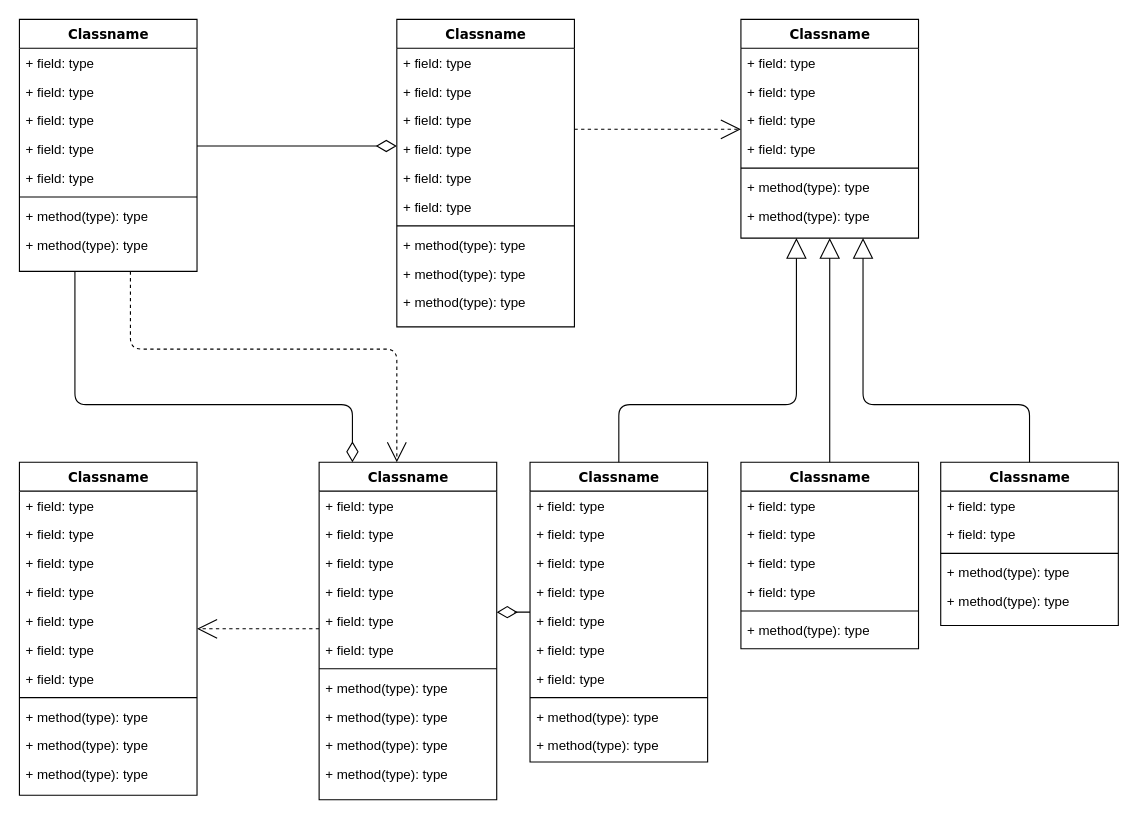
Before: sampleData.drawio in McAaronY/my_talent, a draw.io diagram. Source tidied: cells renumbered, new cells numbered last; positions are measured from the earlier drawing's top-left corner, leaving out a move shared by most shapes. Both pictures are drawn from the tidied source at 111%, with x=0, y=0 at pixel (19, 19).
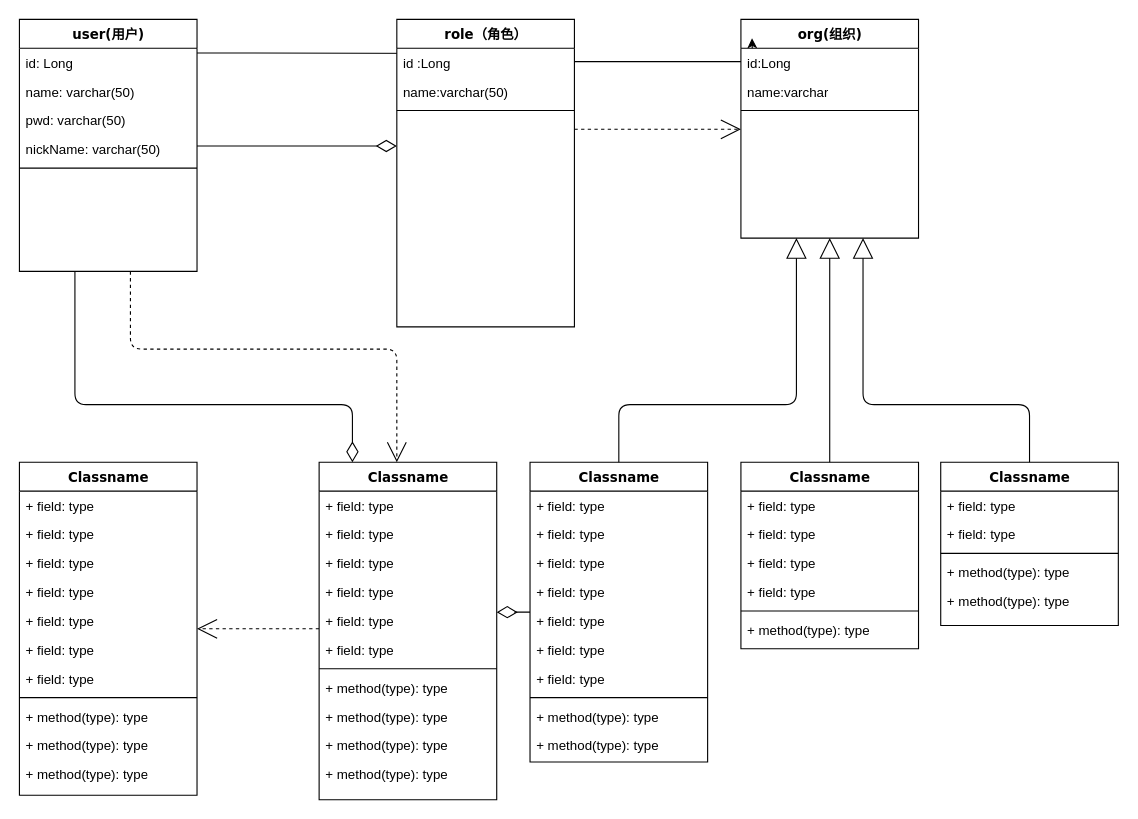
After the change.

The edit, as a diff of the source:
```diff
@@
+    <mxCell id="87" style="edgeStyle=orthogonalEdgeStyle;rounded=0;orthogonalLoop=1;jettySize=auto;html=1;exitX=1;exitY=0.75;exitDx=0;exitDy=0;" parent="1" edge="1">
+      <mxGeometry relative="1" as="geometry">
+        <mxPoint x="160" y="30.2" as="sourcePoint" />
+        <mxPoint x="660" y="17" as="targetPoint" />
+      </mxGeometry>
+    </mxCell>
-    <mxCell id="4" value="Classname" style="swimlane;html=1;fontStyle=1;align=center;verticalAlign=top;horizontal=1;startSize=26;swimlaneFillColor=#ffffff;rounded=0;shadow=0;comic=0;labelBackgroundColor=none;strokeWidth=1;fillColor=none;fontFamily=Verdana;fontSize=12;" parent="1" vertex="1">
+    <mxCell id="4" value="user(用户)" style="swimlane;html=1;fontStyle=1;align=center;verticalAlign=top;horizontal=1;startSize=26;swimlaneFillColor=#ffffff;rounded=0;shadow=0;comic=0;labelBackgroundColor=none;strokeWidth=1;fillColor=none;fontFamily=Verdana;fontSize=12;" parent="1" vertex="1">
       <mxGeometry width="160" height="227" as="geometry" />
     </mxCell>
-    <mxCell id="5" value="+ field: type" style="text;html=1;strokeColor=none;fillColor=none;align=left;verticalAlign=top;spacingLeft=4;spacingRight=4;whiteSpace=wrap;overflow=hidden;" parent="4" vertex="1">
+    <mxCell id="5" value="id: Long" style="text;html=1;strokeColor=none;fillColor=none;align=left;verticalAlign=top;spacingLeft=4;spacingRight=4;whiteSpace=wrap;overflow=hidden;" parent="4" vertex="1">
       <mxGeometry y="26" width="160" height="26" as="geometry" />
     </mxCell>
-    <mxCell id="6" value="+ field: type" style="text;html=1;strokeColor=none;fillColor=none;align=left;verticalAlign=top;spacingLeft=4;spacingRight=4;whiteSpace=wrap;overflow=hidden;" parent="4" vertex="1">
+    <mxCell id="6" value="name: varchar(50)" style="text;html=1;strokeColor=none;fillColor=none;align=left;verticalAlign=top;spacingLeft=4;spacingRight=4;whiteSpace=wrap;overflow=hidden;" parent="4" vertex="1">
       <mxGeometry y="52" width="160" height="26" as="geometry" />
     </mxCell>
-    <mxCell id="7" value="+ field: type" style="text;html=1;strokeColor=none;fillColor=none;align=left;verticalAlign=top;spacingLeft=4;spacingRight=4;whiteSpace=wrap;overflow=hidden;" parent="4" vertex="1">
+    <mxCell id="7" value="pwd: varchar(50)" style="text;html=1;strokeColor=none;fillColor=none;align=left;verticalAlign=top;spacingLeft=4;spacingRight=4;whiteSpace=wrap;overflow=hidden;" parent="4" vertex="1">
       <mxGeometry y="78" width="160" height="26" as="geometry" />
     </mxCell>
-    <mxCell id="8" value="+ field: type" style="text;html=1;strokeColor=none;fillColor=none;align=left;verticalAlign=top;spacingLeft=4;spacingRight=4;whiteSpace=wrap;overflow=hidden;" parent="4" vertex="1">
-      <mxGeometry y="104" width="160" height="26" as="geometry" />
-    </mxCell>
-    <mxCell id="9" value="+ field: type" style="text;html=1;strokeColor=none;fillColor=none;align=left;verticalAlign=top;spacingLeft=4;spacingRight=4;whiteSpace=wrap;overflow=hidden;" parent="4" vertex="1">
-      <mxGeometry y="130" width="160" height="26" as="geometry" />
-    </mxCell>
+    <mxCell id="88" value="nickName: varchar(50)" style="text;html=1;strokeColor=none;fillColor=none;align=left;verticalAlign=top;spacingLeft=4;spacingRight=4;whiteSpace=wrap;overflow=hidden;" parent="4" vertex="1">
+      <mxGeometry y="104" width="160" height="26" as="geometry" />
+    </mxCell>
     <mxCell id="10" style="line;html=1;strokeWidth=1;fillColor=none;align=left;verticalAlign=middle;spacingTop=-1;spacingLeft=3;spacingRight=3;labelPosition=right;" parent="4" vertex="1">
-      <mxGeometry y="156" width="160" height="8" as="geometry" />
+      <mxGeometry y="130" width="160" height="8" as="geometry" />
     </mxCell>
-    <mxCell id="11" value="+ method(type): type" style="text;html=1;strokeColor=none;fillColor=none;align=left;verticalAlign=top;spacingLeft=4;spacingRight=4;whiteSpace=wrap;overflow=hidden;" parent="4" vertex="1">
-      <mxGeometry y="164" width="160" height="26" as="geometry" />
-    </mxCell>
-    <mxCell id="12" value="+ method(type): type" style="text;html=1;strokeColor=none;fillColor=none;align=left;verticalAlign=top;spacingLeft=4;spacingRight=4;whiteSpace=wrap;overflow=hidden;" parent="4" vertex="1">
-      <mxGeometry y="190" width="160" height="26" as="geometry" />
-    </mxCell>
@@
-    <mxCell id="14" value="Classname" style="swimlane;html=1;fontStyle=1;align=center;verticalAlign=top;horizontal=1;startSize=26;swimlaneFillColor=#ffffff;rounded=0;shadow=0;comic=0;labelBackgroundColor=none;strokeWidth=1;fillColor=none;fontFamily=Verdana;fontSize=12;" parent="1" vertex="1">
+    <mxCell id="14" value="role（角色）" style="swimlane;html=1;fontStyle=1;align=center;verticalAlign=top;horizontal=1;startSize=26;swimlaneFillColor=#ffffff;rounded=0;shadow=0;comic=0;labelBackgroundColor=none;strokeWidth=1;fillColor=none;fontFamily=Verdana;fontSize=12;" parent="1" vertex="1">
       <mxGeometry x="340" width="160" height="277" as="geometry" />
     </mxCell>
-    <mxCell id="15" value="+ field: type" style="text;html=1;strokeColor=none;fillColor=none;align=left;verticalAlign=top;spacingLeft=4;spacingRight=4;whiteSpace=wrap;overflow=hidden;" parent="14" vertex="1">
-      <mxGeometry y="26" width="160" height="26" as="geometry" />
-    </mxCell>
-    <mxCell id="16" value="+ field: type" style="text;html=1;strokeColor=none;fillColor=none;align=left;verticalAlign=top;spacingLeft=4;spacingRight=4;whiteSpace=wrap;overflow=hidden;" parent="14" vertex="1">
-      <mxGeometry y="52" width="160" height="26" as="geometry" />
+    <mxCell id="16" value="id :Long" style="text;html=1;strokeColor=none;fillColor=none;align=left;verticalAlign=top;spacingLeft=4;spacingRight=4;whiteSpace=wrap;overflow=hidden;" parent="14" vertex="1">
+      <mxGeometry y="26" width="160" height="26" as="geometry" />
     </mxCell>
-    <mxCell id="17" value="+ field: type" style="text;html=1;strokeColor=none;fillColor=none;align=left;verticalAlign=top;spacingLeft=4;spacingRight=4;whiteSpace=wrap;overflow=hidden;" parent="14" vertex="1">
-      <mxGeometry y="78" width="160" height="26" as="geometry" />
+    <mxCell id="17" value="name:varchar(50)" style="text;html=1;strokeColor=none;fillColor=none;align=left;verticalAlign=top;spacingLeft=4;spacingRight=4;whiteSpace=wrap;overflow=hidden;" parent="14" vertex="1">
+      <mxGeometry y="52" width="160" height="26" as="geometry" />
     </mxCell>
-    <mxCell id="18" value="+ field: type" style="text;html=1;strokeColor=none;fillColor=none;align=left;verticalAlign=top;spacingLeft=4;spacingRight=4;whiteSpace=wrap;overflow=hidden;" parent="14" vertex="1">
-      <mxGeometry y="104" width="160" height="26" as="geometry" />
-    </mxCell>
-    <mxCell id="19" value="+ field: type" style="text;html=1;strokeColor=none;fillColor=none;align=left;verticalAlign=top;spacingLeft=4;spacingRight=4;whiteSpace=wrap;overflow=hidden;" parent="14" vertex="1">
-      <mxGeometry y="130" width="160" height="26" as="geometry" />
-    </mxCell>
-    <mxCell id="20" value="+ field: type" style="text;html=1;strokeColor=none;fillColor=none;align=left;verticalAlign=top;spacingLeft=4;spacingRight=4;whiteSpace=wrap;overflow=hidden;" parent="14" vertex="1">
-      <mxGeometry y="156" width="160" height="26" as="geometry" />
-    </mxCell>
     <mxCell id="21" style="line;html=1;strokeWidth=1;fillColor=none;align=left;verticalAlign=middle;spacingTop=-1;spacingLeft=3;spacingRight=3;labelPosition=right;" parent="14" vertex="1">
-      <mxGeometry y="182" width="160" height="8" as="geometry" />
+      <mxGeometry y="78" width="160" height="8" as="geometry" />
     </mxCell>
-    <mxCell id="22" value="+ method(type): type" style="text;html=1;strokeColor=none;fillColor=none;align=left;verticalAlign=top;spacingLeft=4;spacingRight=4;whiteSpace=wrap;overflow=hidden;" parent="14" vertex="1">
-      <mxGeometry y="190" width="160" height="26" as="geometry" />
-    </mxCell>
-    <mxCell id="23" value="+ method(type): type" style="text;html=1;strokeColor=none;fillColor=none;align=left;verticalAlign=top;spacingLeft=4;spacingRight=4;whiteSpace=wrap;overflow=hidden;" parent="14" vertex="1">
-      <mxGeometry y="216" width="160" height="26" as="geometry" />
-    </mxCell>
-    <mxCell id="24" value="+ method(type): type" style="text;html=1;strokeColor=none;fillColor=none;align=left;verticalAlign=top;spacingLeft=4;spacingRight=4;whiteSpace=wrap;overflow=hidden;" parent="14" vertex="1">
-      <mxGeometry y="242" width="160" height="26" as="geometry" />
-    </mxCell>
-    <mxCell id="25" value="Classname" style="swimlane;html=1;fontStyle=1;align=center;verticalAlign=top;horizontal=1;startSize=26;swimlaneFillColor=#ffffff;rounded=0;shadow=0;comic=0;labelBackgroundColor=none;strokeWidth=1;fillColor=none;fontFamily=Verdana;fontSize=12;" parent="1" vertex="1">
+    <mxCell id="25" value="org(组织)" style="swimlane;html=1;fontStyle=1;align=center;verticalAlign=top;horizontal=1;startSize=26;swimlaneFillColor=#ffffff;rounded=0;shadow=0;comic=0;labelBackgroundColor=none;strokeWidth=1;fillColor=none;fontFamily=Verdana;fontSize=12;" parent="1" vertex="1">
       <mxGeometry x="650" width="160" height="197" as="geometry" />
     </mxCell>
-    <mxCell id="26" value="+ field: type" style="text;html=1;strokeColor=none;fillColor=none;align=left;verticalAlign=top;spacingLeft=4;spacingRight=4;whiteSpace=wrap;overflow=hidden;" parent="25" vertex="1">
+    <mxCell id="26" value="id:Long" style="text;html=1;strokeColor=none;fillColor=none;align=left;verticalAlign=top;spacingLeft=4;spacingRight=4;whiteSpace=wrap;overflow=hidden;" parent="25" vertex="1">
       <mxGeometry y="26" width="160" height="26" as="geometry" />
     </mxCell>
-    <mxCell id="27" value="+ field: type" style="text;html=1;strokeColor=none;fillColor=none;align=left;verticalAlign=top;spacingLeft=4;spacingRight=4;whiteSpace=wrap;overflow=hidden;" parent="25" vertex="1">
+    <mxCell id="27" value="name:varchar" style="text;html=1;strokeColor=none;fillColor=none;align=left;verticalAlign=top;spacingLeft=4;spacingRight=4;whiteSpace=wrap;overflow=hidden;" parent="25" vertex="1">
       <mxGeometry y="52" width="160" height="26" as="geometry" />
     </mxCell>
-    <mxCell id="28" value="+ field: type" style="text;html=1;strokeColor=none;fillColor=none;align=left;verticalAlign=top;spacingLeft=4;spacingRight=4;whiteSpace=wrap;overflow=hidden;" parent="25" vertex="1">
-      <mxGeometry y="78" width="160" height="26" as="geometry" />
-    </mxCell>
-    <mxCell id="29" value="+ field: type" style="text;html=1;strokeColor=none;fillColor=none;align=left;verticalAlign=top;spacingLeft=4;spacingRight=4;whiteSpace=wrap;overflow=hidden;" parent="25" vertex="1">
-      <mxGeometry y="104" width="160" height="26" as="geometry" />
-    </mxCell>
     <mxCell id="30" style="line;html=1;strokeWidth=1;fillColor=none;align=left;verticalAlign=middle;spacingTop=-1;spacingLeft=3;spacingRight=3;labelPosition=right;" parent="25" vertex="1">
-      <mxGeometry y="130" width="160" height="8" as="geometry" />
+      <mxGeometry y="78" width="160" height="8" as="geometry" />
     </mxCell>
-    <mxCell id="31" value="+ method(type): type" style="text;html=1;strokeColor=none;fillColor=none;align=left;verticalAlign=top;spacingLeft=4;spacingRight=4;whiteSpace=wrap;overflow=hidden;" parent="25" vertex="1">
-      <mxGeometry y="138" width="160" height="26" as="geometry" />
-    </mxCell>
-    <mxCell id="32" value="+ method(type): type" style="text;html=1;strokeColor=none;fillColor=none;align=left;verticalAlign=top;spacingLeft=4;spacingRight=4;whiteSpace=wrap;overflow=hidden;" parent="25" vertex="1">
-      <mxGeometry y="164" width="160" height="26" as="geometry" />
-    </mxCell>
```
